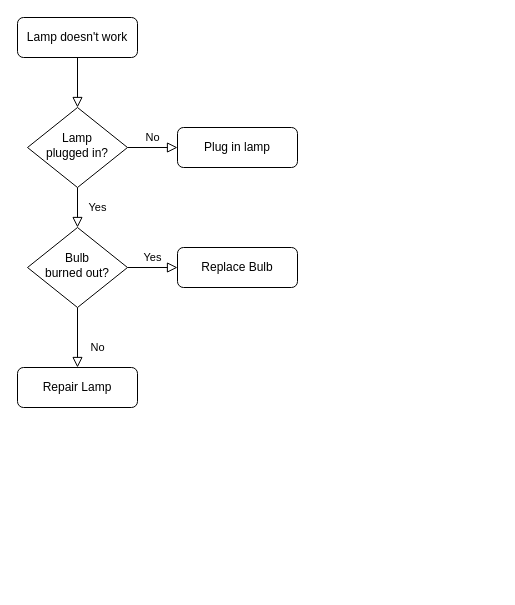
Earlier version of the draw.io diagram .vscode/translation_workflow.drawio (DaSteff91/website_kite-engineer). Source tidied: cells renumbered, new cells numbered last; positions are measured from the earlier drawing's top-left corner, leaving out a move shared by most shapes. Both pictures are drawn from the tidied source at 100%, with x=0, y=0 at pixel (17, 17).
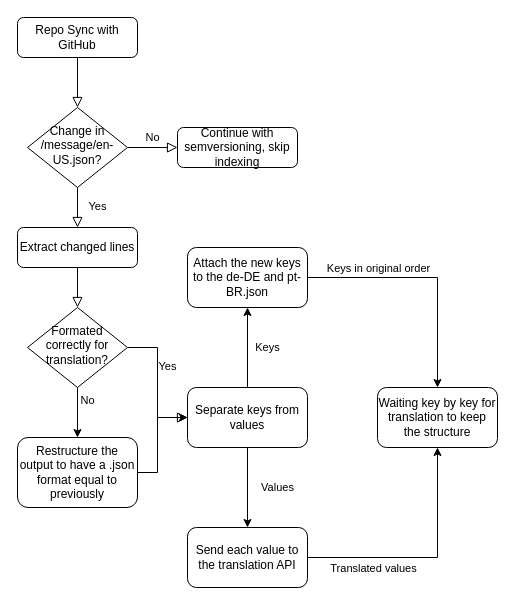
The same page after the edit.

Change to the diagram source:
```diff
@@
-    <mxCell id="3" value="Lamp doesn't work" style="rounded=1;whiteSpace=wrap;html=1;fontSize=12;glass=0;strokeWidth=1;shadow=0;" parent="1" vertex="1">
+    <mxCell id="3" value="Repo Sync with GitHub" style="rounded=1;whiteSpace=wrap;html=1;fontSize=12;glass=0;strokeWidth=1;shadow=0;" parent="1" vertex="1">
       <mxGeometry width="120" height="40" as="geometry" />
     </mxCell>
-    <mxCell id="4" value="Yes" style="rounded=0;html=1;jettySize=auto;fontSize=11;endArrow=block;endFill=0;endSize=8;strokeWidth=1;shadow=0;labelBackgroundColor=none;edgeStyle=orthogonalEdgeStyle;" parent="1" edge="1" source="6" target="10">
-      <mxGeometry y="20" relative="1" as="geometry" />
+    <mxCell id="4" value="Yes" style="rounded=0;html=1;jettySize=auto;fontSize=11;endArrow=block;endFill=0;endSize=8;strokeWidth=1;shadow=0;labelBackgroundColor=none;edgeStyle=orthogonalEdgeStyle;" parent="1" edge="1" source="6" target="12">
+      <mxGeometry x="0.01" y="20" relative="1" as="geometry">
+        <mxPoint y="-1" as="offset" />
+      </mxGeometry>
     </mxCell>
@@
-    <mxCell id="6" value="Lamp&lt;br&gt;plugged in?" style="rhombus;whiteSpace=wrap;html=1;shadow=0;fontFamily=Helvetica;fontSize=12;align=center;strokeWidth=1;spacing=6;spacingTop=-4;" parent="1" vertex="1">
+    <mxCell id="6" value="Change in /message/en-US.json?" style="rhombus;whiteSpace=wrap;html=1;shadow=0;fontFamily=Helvetica;fontSize=12;align=center;strokeWidth=1;spacing=6;spacingTop=-4;" parent="1" vertex="1">
       <mxGeometry x="10" y="90" width="100" height="80" as="geometry" />
     </mxCell>
-    <mxCell id="7" value="Plug in lamp" style="rounded=1;whiteSpace=wrap;html=1;fontSize=12;glass=0;strokeWidth=1;shadow=0;" parent="1" vertex="1">
+    <mxCell id="7" value="Continue with semversioning, skip indexing" style="rounded=1;whiteSpace=wrap;html=1;fontSize=12;glass=0;strokeWidth=1;shadow=0;" parent="1" vertex="1">
       <mxGeometry x="160" y="110" width="120" height="40" as="geometry" />
     </mxCell>
-    <mxCell id="8" value="No" style="rounded=0;html=1;jettySize=auto;fontSize=11;endArrow=block;endFill=0;endSize=8;strokeWidth=1;shadow=0;labelBackgroundColor=none;edgeStyle=orthogonalEdgeStyle;" parent="1" edge="1" source="10" target="11">
+    <mxCell id="8" style="rounded=0;html=1;jettySize=auto;fontSize=11;endArrow=block;endFill=0;endSize=8;strokeWidth=1;shadow=0;labelBackgroundColor=none;edgeStyle=orthogonalEdgeStyle;" parent="1" edge="1" source="12" target="15">
       <mxGeometry x="0.33" y="20" relative="1" as="geometry" />
     </mxCell>
-    <mxCell id="9" value="Yes" style="edgeStyle=orthogonalEdgeStyle;rounded=0;html=1;jettySize=auto;fontSize=11;endArrow=block;endFill=0;endSize=8;strokeWidth=1;shadow=0;labelBackgroundColor=none;" parent="1" edge="1" source="10" target="12">
-      <mxGeometry y="10" relative="1" as="geometry" />
+    <mxCell id="9" value="Yes" style="edgeStyle=orthogonalEdgeStyle;rounded=0;html=1;jettySize=auto;fontSize=11;endArrow=block;endFill=0;endSize=8;strokeWidth=1;shadow=0;labelBackgroundColor=none;" parent="1" edge="1" source="15" target="18">
+      <mxGeometry x="-0.25" y="10" relative="1" as="geometry" />
     </mxCell>
-    <mxCell id="10" value="Bulb&lt;br&gt;burned out?" style="rhombus;whiteSpace=wrap;html=1;shadow=0;fontFamily=Helvetica;fontSize=12;align=center;strokeWidth=1;spacing=6;spacingTop=-4;" parent="1" vertex="1">
-      <mxGeometry x="10" y="210" width="100" height="80" as="geometry" />
-    </mxCell>
+    <mxCell id="13" style="edgeStyle=orthogonalEdgeStyle;rounded=0;jettySize=auto;html=1;" parent="1" edge="1" source="11" target="18">
+      <mxGeometry relative="1" as="geometry">
+        <Array as="points">
+          <mxPoint x="140" y="455" />
+          <mxPoint x="140" y="400" />
+        </Array>
+      </mxGeometry>
+    </mxCell>
-    <mxCell id="11" value="Repair Lamp" style="rounded=1;whiteSpace=wrap;html=1;fontSize=12;glass=0;strokeWidth=1;shadow=0;" parent="1" vertex="1">
-      <mxGeometry y="350" width="120" height="40" as="geometry" />
+    <mxCell id="11" value="Restructure the output to have a .json format equal to previously" style="rounded=1;whiteSpace=wrap;html=1;fontSize=12;glass=0;strokeWidth=1;shadow=0;" parent="1" vertex="1">
+      <mxGeometry y="420" width="120" height="70" as="geometry" />
     </mxCell>
-    <mxCell id="12" value="Replace Bulb" style="rounded=1;whiteSpace=wrap;html=1;fontSize=12;glass=0;strokeWidth=1;shadow=0;" parent="1" vertex="1">
-      <mxGeometry x="160" y="230" width="120" height="40" as="geometry" />
+    <mxCell id="12" value="Extract changed lines" style="rounded=1;whiteSpace=wrap;html=1;fontSize=12;glass=0;strokeWidth=1;shadow=0;" parent="1" vertex="1">
+      <mxGeometry y="210" width="120" height="40" as="geometry" />
     </mxCell>
+    <mxCell id="14" value="N&lt;span style=&quot;background-color: light-dark(#ffffff, var(--ge-dark-color, #121212)); color: light-dark(rgb(0, 0, 0), rgb(255, 255, 255));&quot;&gt;o&lt;/span&gt;&lt;div&gt;&lt;div&gt;&lt;br&gt;&lt;/div&gt;&lt;/div&gt;" style="edgeStyle=orthogonalEdgeStyle;rounded=0;jettySize=auto;html=1;" parent="1" edge="1" source="15" target="11">
+      <mxGeometry x="-0.2" y="10" relative="1" as="geometry" />
+    </mxCell>
+    <mxCell id="15" value="Formated correctly for translation?" style="rhombus;whiteSpace=wrap;html=1;shadow=0;fontFamily=Helvetica;fontSize=12;align=center;strokeWidth=1;spacing=6;spacingTop=-4;" parent="1" vertex="1">
+      <mxGeometry x="10" y="290" width="100" height="80" as="geometry" />
+    </mxCell>
+    <mxCell id="16" value="Keys" style="edgeStyle=orthogonalEdgeStyle;rounded=0;jettySize=auto;html=1;" parent="1" edge="1" source="18" target="21">
+      <mxGeometry y="-20" relative="1" as="geometry" />
+    </mxCell>
+    <mxCell id="17" value="Values" style="edgeStyle=orthogonalEdgeStyle;rounded=0;jettySize=auto;html=1;" parent="1" edge="1" source="18" target="24">
+      <mxGeometry y="30" relative="1" as="geometry" />
+    </mxCell>
+    <mxCell id="18" value="Separate keys from values" style="rounded=1;whiteSpace=wrap;html=1;" parent="1" vertex="1">
+      <mxGeometry x="170" y="370" width="120" height="60" as="geometry" />
+    </mxCell>
+    <mxCell id="19" style="edgeStyle=orthogonalEdgeStyle;rounded=0;jettySize=auto;html=1;" parent="1" edge="1" source="21" target="25">
+      <mxGeometry relative="1" as="geometry" />
+    </mxCell>
+    <mxCell id="20" value="Keys in original order" style="edgeLabel;html=1;align=center;verticalAlign=middle;" parent="19" vertex="1">
+      <mxGeometry x="-0.47" relative="1" as="geometry">
+        <mxPoint x="6" y="-10" as="offset" />
+      </mxGeometry>
+    </mxCell>
+    <mxCell id="21" value="Attach the new keys to the de-DE and pt-BR.json" style="rounded=1;whiteSpace=wrap;html=1;" parent="1" vertex="1">
+      <mxGeometry x="170" y="230" width="120" height="60" as="geometry" />
+    </mxCell>
+    <mxCell id="22" style="edgeStyle=orthogonalEdgeStyle;rounded=0;jettySize=auto;html=1;" parent="1" edge="1" source="24" target="25">
+      <mxGeometry relative="1" as="geometry" />
+    </mxCell>
+    <mxCell id="23" value="Translated values" style="edgeLabel;html=1;align=center;verticalAlign=middle;" parent="22" vertex="1">
+      <mxGeometry x="-0.46" y="1" relative="1" as="geometry">
+        <mxPoint y="11" as="offset" />
+      </mxGeometry>
+    </mxCell>
+    <mxCell id="24" value="Send each value to the translation API" style="rounded=1;whiteSpace=wrap;html=1;" parent="1" vertex="1">
+      <mxGeometry x="170" y="510" width="120" height="60" as="geometry" />
+    </mxCell>
+    <mxCell id="25" value="Waiting key by key for translation to keep the structure" style="rounded=1;whiteSpace=wrap;html=1;" parent="1" vertex="1">
+      <mxGeometry x="360" y="370" width="120" height="60" as="geometry" />
+    </mxCell>
```
